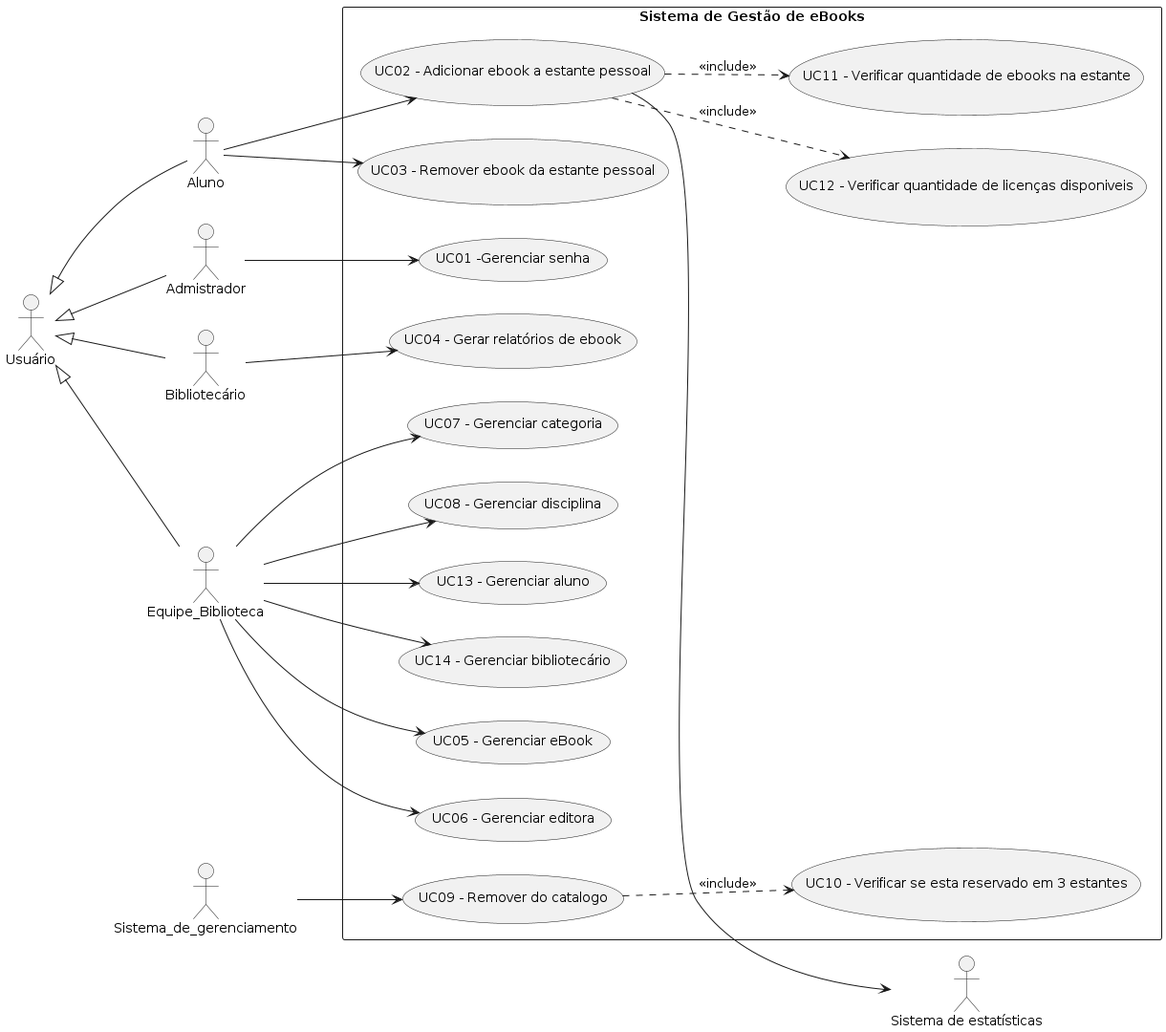
This is docs/diagramas/casos-de-uso.png from brunokilo/lab01-ebooks-biblioteca, a PlantUML export, as it was before one commit.
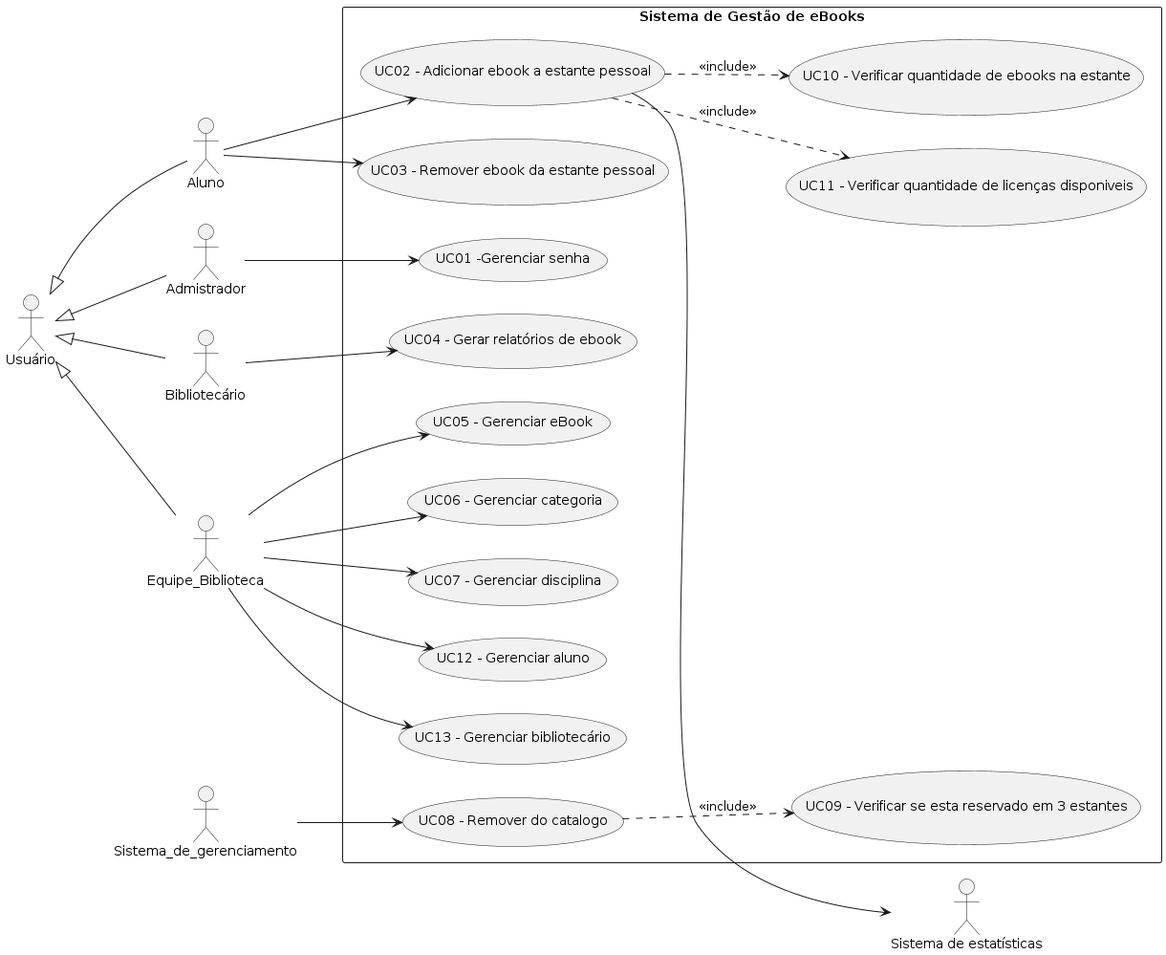
Later version of the same file.

Commit message:
docs: atualizar diagrama de casos de uso

Change to the diagram source:
```diff
@@ -16,15 +16,14 @@
   usecase "UC03 - Remover ebook da estante pessoal" as UC03
   usecase "UC04 - Gerar relatórios de ebook" as UC04
   usecase "UC05 - Gerenciar eBook" as UC05
-  usecase "UC06 - Gerenciar editora" as UC06
-  usecase "UC07 - Gerenciar categoria" as UC07
-  usecase "UC08 - Gerenciar disciplina" as UC08
-  usecase "UC09 - Remover do catalogo" as UC09
-  usecase "UC10 - Verificar se esta reservado em 3 estantes" as UC10
-  usecase "UC11 - Verificar quantidade de ebooks na estante" as UC11
-  usecase "UC12 - Verificar quantidade de licenças disponiveis" as UC12
-  usecase "UC13 - Gerenciar aluno" as UC13
-  usecase "UC14 - Gerenciar bibliotecário" as UC14
+  usecase "UC06 - Gerenciar categoria" as UC06
+  usecase "UC07 - Gerenciar disciplina" as UC07
+  usecase "UC08 - Remover do catalogo" as UC08
+  usecase "UC09 - Verificar se esta reservado em 3 estantes" as UC09
+  usecase "UC10 - Verificar quantidade de ebooks na estante" as UC10
+  usecase "UC11 - Verificar quantidade de licenças disponiveis" as UC11
+  usecase "UC12 - Gerenciar aluno" as UC12
+  usecase "UC13 - Gerenciar bibliotecário" as UC13
 }
 
 Usuario <|-- Equipe_Biblioteca
@@ -37,18 +36,17 @@
 Equipe_Biblioteca --> (UC05)
 Equipe_Biblioteca --> (UC06)
 Equipe_Biblioteca --> (UC07)
-Equipe_Biblioteca --> (UC08)
+Equipe_Biblioteca --> (UC12)
 Equipe_Biblioteca --> (UC13)
-Equipe_Biblioteca --> (UC14)
 
 Bibliotecario --> (UC04)
 
 Aluno --> (UC02)
+(UC02)..> (UC10) : <<include>>
 (UC02)..> (UC11) : <<include>>
-(UC02)..> (UC12) : <<include>>
 (UC02)--> Sistema_de_estatisticas
 Aluno --> (UC03)
 
-Sistema_de_gerenciamento --> (UC09)
-(UC09)..> (UC10) : <<include>>
+Sistema_de_gerenciamento --> (UC08)
+(UC08)..> (UC09) : <<include>>
 @enduml
```
